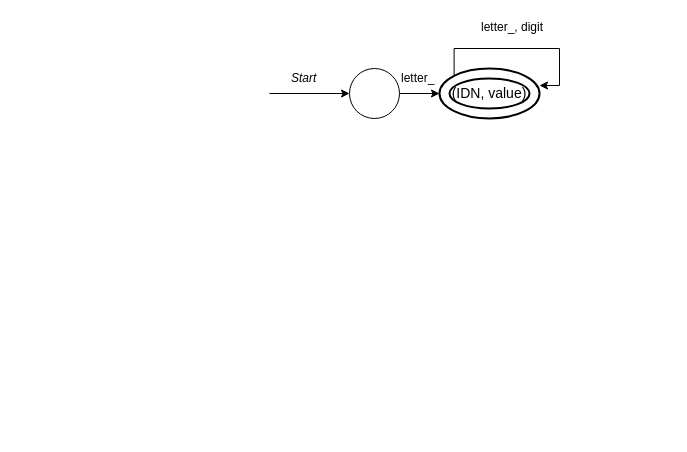
Before: img/IDN.drawio in upupming/paste, a draw.io diagram. Source tidied: cells renumbered, new cells numbered last; positions are measured from the earlier drawing's top-left corner, leaving out a move shared by most shapes. Both pictures are drawn from the tidied source at 100%, with x=0, y=0 at pixel (269, 17).
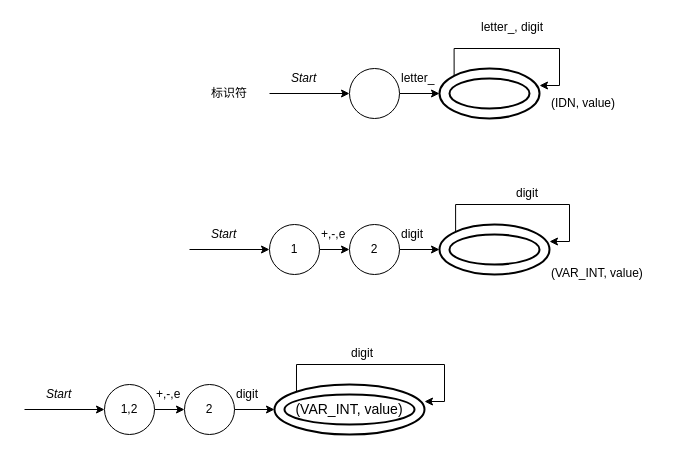
The same diagram, later.

Diff of the diagram source:
```diff
@@
-    <mxCell id="6" value="(IDN, value)" style="ellipse;shape=doubleEllipse;margin=10;strokeWidth=2;fontSize=14;whiteSpace=wrap;html=1;align=center;" parent="1" vertex="1">
+    <mxCell id="6" style="ellipse;shape=doubleEllipse;margin=10;strokeWidth=2;fontSize=14;whiteSpace=wrap;html=1;align=center;" parent="1" vertex="1">
       <mxGeometry x="170" y="51" width="100" height="50" as="geometry" />
     </mxCell>
@@
+    <mxCell id="10" style="endArrow=classic;html=1;" parent="1" edge="1">
+      <mxGeometry relative="1" as="geometry">
+        <mxPoint x="-80" y="232" as="sourcePoint" />
+        <mxPoint y="232" as="targetPoint" />
+      </mxGeometry>
+    </mxCell>
+    <mxCell id="11" style="edgeStyle=orthogonalEdgeStyle;rounded=0;jettySize=auto;html=1;" parent="1" edge="1" source="12" target="14">
+      <mxGeometry relative="1" as="geometry" />
+    </mxCell>
+    <mxCell id="12" value="2" style="ellipse;whiteSpace=wrap;html=1;" parent="1" vertex="1">
+      <mxGeometry x="80" y="207" width="50" height="50" as="geometry" />
+    </mxCell>
+    <mxCell id="13" value="&lt;i&gt;Start&lt;/i&gt;" style="text;html=1;align=left;verticalAlign=top;spacingTop=-4;" parent="1" vertex="1">
+      <mxGeometry x="-60" y="207" width="40" height="20" as="geometry" />
+    </mxCell>
+    <mxCell id="14" style="ellipse;shape=doubleEllipse;margin=10;strokeWidth=2;fontSize=14;whiteSpace=wrap;html=1;align=center;" parent="1" vertex="1">
+      <mxGeometry x="170" y="207" width="110" height="50" as="geometry" />
+    </mxCell>
+    <mxCell id="15" style="edgeStyle=orthogonalEdgeStyle;rounded=0;orthogonalLoop=1;jettySize=auto;html=1;exitX=0;exitY=0;exitDx=0;exitDy=0;entryX=1;entryY=0.34;entryDx=0;entryDy=0;entryPerimeter=0;" parent="1" edge="1" source="14" target="14">
+      <mxGeometry relative="1" as="geometry" />
+    </mxCell>
+    <mxCell id="16" value="digit" style="text;html=1;align=left;verticalAlign=top;spacingTop=-4;" parent="1" vertex="1">
+      <mxGeometry x="245" y="166" width="40" height="20" as="geometry" />
+    </mxCell>
+    <mxCell id="17" value="digit" style="text;html=1;align=left;verticalAlign=top;spacingTop=-4;" parent="1" vertex="1">
+      <mxGeometry x="130" y="207" width="40" height="20" as="geometry" />
+    </mxCell>
+    <mxCell id="18" value="标识符" style="text;html=1;align=left;verticalAlign=top;spacingTop=-4;" parent="1" vertex="1">
+      <mxGeometry x="-60" y="66" width="50" height="20" as="geometry" />
+    </mxCell>
+    <mxCell id="19" style="edgeStyle=orthogonalEdgeStyle;rounded=0;jettySize=auto;html=1;" parent="1" edge="1" source="20" target="12">
+      <mxGeometry relative="1" as="geometry" />
+    </mxCell>
+    <mxCell id="20" value="1" style="ellipse;whiteSpace=wrap;html=1;" parent="1" vertex="1">
+      <mxGeometry y="207" width="50" height="50" as="geometry" />
+    </mxCell>
+    <mxCell id="21" value="+,-,e" style="text;html=1;align=left;verticalAlign=top;spacingTop=-4;" parent="1" vertex="1">
+      <mxGeometry x="50" y="207" width="40" height="20" as="geometry" />
+    </mxCell>
+    <mxCell id="22" style="endArrow=classic;html=1;" parent="1" edge="1">
+      <mxGeometry relative="1" as="geometry">
+        <mxPoint x="-245" y="392" as="sourcePoint" />
+        <mxPoint x="-165" y="392" as="targetPoint" />
+      </mxGeometry>
+    </mxCell>
+    <mxCell id="23" style="edgeStyle=orthogonalEdgeStyle;rounded=0;jettySize=auto;html=1;" parent="1" edge="1" source="24" target="26">
+      <mxGeometry relative="1" as="geometry" />
+    </mxCell>
+    <mxCell id="24" value="2" style="ellipse;whiteSpace=wrap;html=1;" parent="1" vertex="1">
+      <mxGeometry x="-85" y="367" width="50" height="50" as="geometry" />
+    </mxCell>
+    <mxCell id="25" value="&lt;i&gt;Start&lt;/i&gt;" style="text;html=1;align=left;verticalAlign=top;spacingTop=-4;" parent="1" vertex="1">
+      <mxGeometry x="-225" y="367" width="40" height="20" as="geometry" />
+    </mxCell>
+    <mxCell id="26" value="(VAR_INT, value)" style="ellipse;shape=doubleEllipse;margin=10;strokeWidth=2;fontSize=14;whiteSpace=wrap;html=1;align=center;" parent="1" vertex="1">
+      <mxGeometry x="5" y="367" width="150" height="50" as="geometry" />
+    </mxCell>
+    <mxCell id="27" style="edgeStyle=orthogonalEdgeStyle;rounded=0;orthogonalLoop=1;jettySize=auto;html=1;exitX=0;exitY=0;exitDx=0;exitDy=0;entryX=1;entryY=0.34;entryDx=0;entryDy=0;entryPerimeter=0;" parent="1" edge="1" source="26" target="26">
+      <mxGeometry relative="1" as="geometry" />
+    </mxCell>
+    <mxCell id="28" value="digit" style="text;html=1;align=left;verticalAlign=top;spacingTop=-4;" parent="1" vertex="1">
+      <mxGeometry x="80" y="326" width="40" height="20" as="geometry" />
+    </mxCell>
+    <mxCell id="29" value="digit" style="text;html=1;align=left;verticalAlign=top;spacingTop=-4;" parent="1" vertex="1">
+      <mxGeometry x="-35" y="367" width="40" height="20" as="geometry" />
+    </mxCell>
+    <mxCell id="30" style="edgeStyle=orthogonalEdgeStyle;rounded=0;jettySize=auto;html=1;" parent="1" edge="1" source="31" target="24">
+      <mxGeometry relative="1" as="geometry" />
+    </mxCell>
+    <mxCell id="31" value="1,2" style="ellipse;whiteSpace=wrap;html=1;" parent="1" vertex="1">
+      <mxGeometry x="-165" y="367" width="50" height="50" as="geometry" />
+    </mxCell>
+    <mxCell id="32" value="+,-,e" style="text;html=1;align=left;verticalAlign=top;spacingTop=-4;" parent="1" vertex="1">
+      <mxGeometry x="-115" y="367" width="40" height="20" as="geometry" />
+    </mxCell>
+    <mxCell id="33" value="(VAR_INT, value)" style="text;html=1;" parent="1" vertex="1">
+      <mxGeometry x="280" y="242" width="120" height="30" as="geometry" />
+    </mxCell>
+    <mxCell id="34" value="&lt;span&gt;(IDN, value)&lt;/span&gt;" style="text;html=1;align=left;verticalAlign=top;spacingTop=-4;" parent="1" vertex="1">
+      <mxGeometry x="280" y="76" width="80" height="20" as="geometry" />
+    </mxCell>
```
